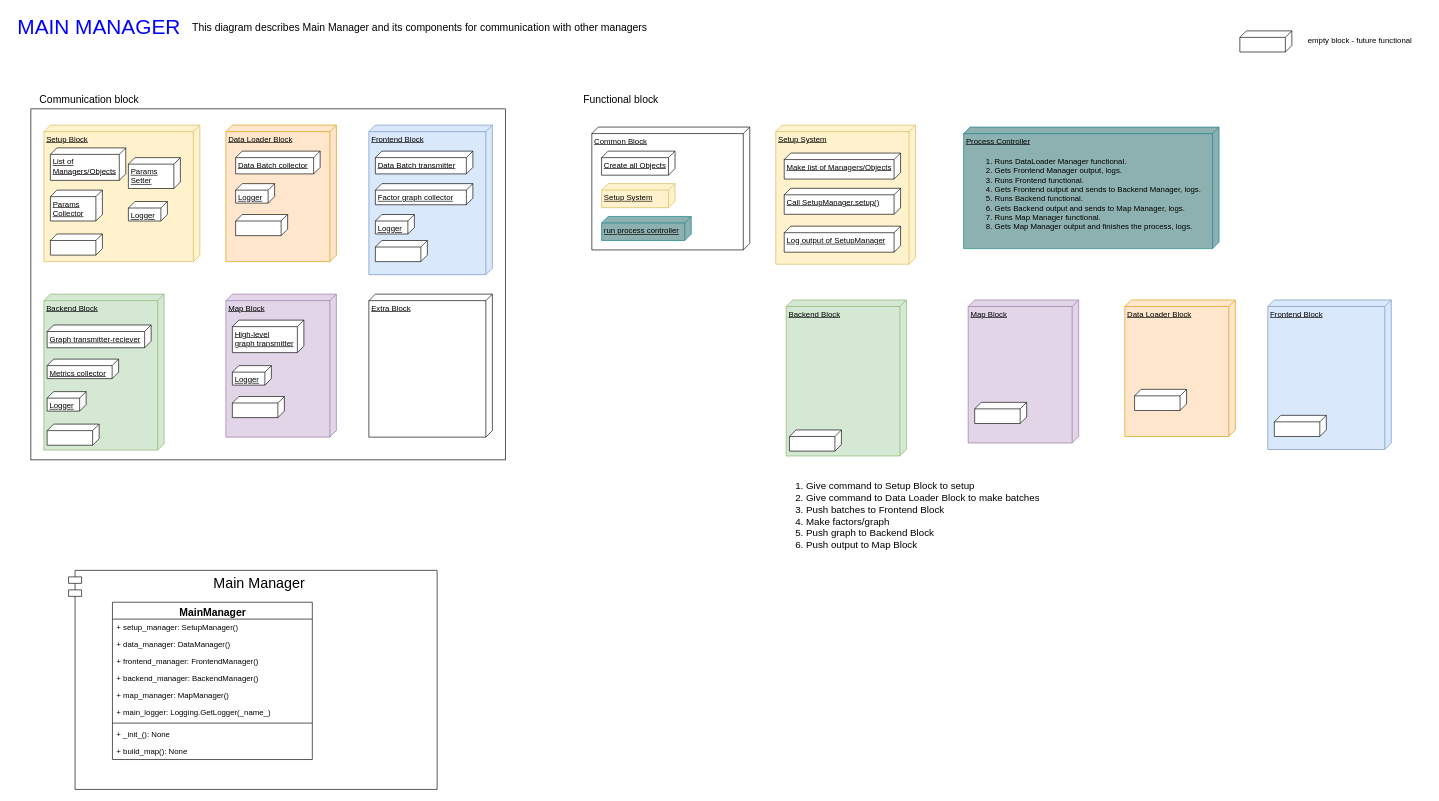
This is docs/diagrams/MainManager/MainManager.drawio from fatrybl/ModuSLAM, a draw.io file, before an edit. Source tidied: cells renumbered, new cells numbered last; positions are measured from the earlier drawing's top-left corner, leaving out a move shared by most shapes. Both pictures are drawn from the tidied source at 65%, with x=0, y=0 at pixel (11, 11).
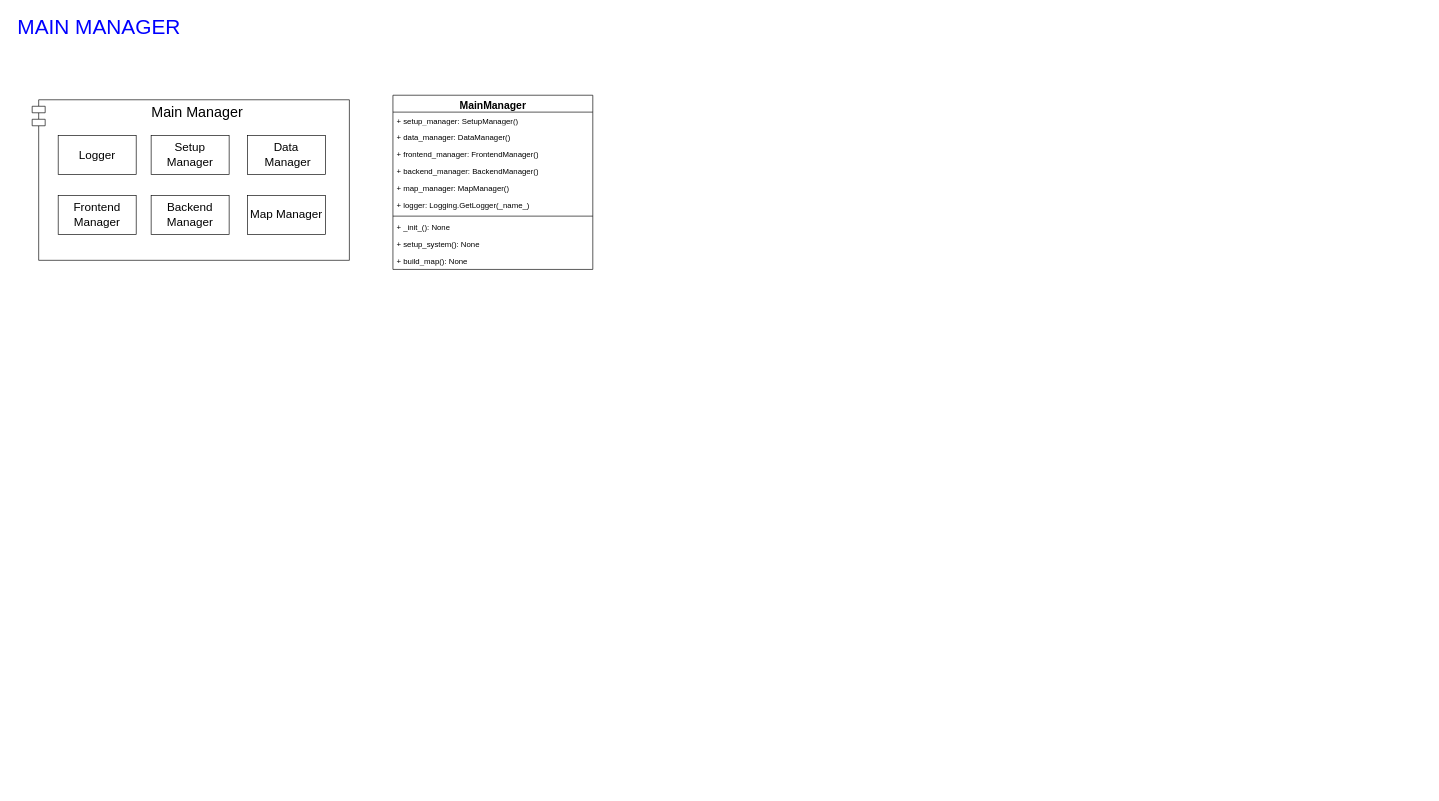
After the change.

The edit, as a diff of the source:
```diff
@@
-    <mxCell id="2" style="rounded=0;whiteSpace=wrap;html=1;" parent="1" vertex="1">
-      <mxGeometry x="30" y="150" width="730" height="540" as="geometry" />
-    </mxCell>
-    <mxCell id="3" value="Setup Block" style="verticalAlign=top;align=left;spacingTop=8;spacingLeft=2;spacingRight=12;shape=cube;size=10;direction=south;fontStyle=4;html=1;whiteSpace=wrap;fillColor=#fff2cc;strokeColor=#d6b656;" parent="1" vertex="1">
-      <mxGeometry x="50" y="175" width="240" height="210" as="geometry" />
-    </mxCell>
-    <mxCell id="4" value="Data Loader Block" style="verticalAlign=top;align=left;spacingTop=8;spacingLeft=2;spacingRight=12;shape=cube;size=10;direction=south;fontStyle=4;html=1;whiteSpace=wrap;fillColor=#ffe6cc;strokeColor=#d79b00;" parent="1" vertex="1">
-      <mxGeometry x="330" y="175" width="170" height="210" as="geometry" />
-    </mxCell>
-    <mxCell id="5" value="Backend Block" style="verticalAlign=top;align=left;spacingTop=8;spacingLeft=2;spacingRight=12;shape=cube;size=10;direction=south;fontStyle=4;html=1;whiteSpace=wrap;fillColor=#d5e8d4;strokeColor=#82b366;" parent="1" vertex="1">
-      <mxGeometry x="50" y="435" width="185" height="240" as="geometry" />
-    </mxCell>
-    <mxCell id="6" value="Map Block" style="verticalAlign=top;align=left;spacingTop=8;spacingLeft=2;spacingRight=12;shape=cube;size=10;direction=south;fontStyle=4;html=1;whiteSpace=wrap;fillColor=#e1d5e7;strokeColor=#9673a6;" parent="1" vertex="1">
-      <mxGeometry x="330" y="435" width="170" height="220" as="geometry" />
-    </mxCell>
-    <mxCell id="7" value="Frontend Block" style="verticalAlign=top;align=left;spacingTop=8;spacingLeft=2;spacingRight=12;shape=cube;size=10;direction=south;fontStyle=4;html=1;whiteSpace=wrap;fillColor=#dae8fc;strokeColor=#6c8ebf;" parent="1" vertex="1">
-      <mxGeometry x="550" y="175" width="190" height="230" as="geometry" />
-    </mxCell>
-    <mxCell id="8" value="Extra Block" style="verticalAlign=top;align=left;spacingTop=8;spacingLeft=2;spacingRight=12;shape=cube;size=10;direction=south;fontStyle=4;html=1;whiteSpace=wrap;" parent="1" vertex="1">
-      <mxGeometry x="550" y="435" width="190" height="220" as="geometry" />
-    </mxCell>
-    <mxCell id="9" value="List of Managers/Objects" style="verticalAlign=top;align=left;spacingTop=8;spacingLeft=2;spacingRight=12;shape=cube;size=10;direction=south;fontStyle=4;html=1;whiteSpace=wrap;" parent="1" vertex="1">
-      <mxGeometry x="60" y="210" width="116" height="50" as="geometry" />
-    </mxCell>
-    <mxCell id="10" value="Params Collector" style="verticalAlign=top;align=left;spacingTop=8;spacingLeft=2;spacingRight=12;shape=cube;size=10;direction=south;fontStyle=4;html=1;whiteSpace=wrap;" parent="1" vertex="1">
-      <mxGeometry x="60" y="275" width="80" height="47.5" as="geometry" />
-    </mxCell>
-    <mxCell id="11" value="Params&lt;br&gt;Setter" style="verticalAlign=top;align=left;spacingTop=8;spacingLeft=2;spacingRight=12;shape=cube;size=10;direction=south;fontStyle=4;html=1;whiteSpace=wrap;" parent="1" vertex="1">
-      <mxGeometry x="180" y="225" width="80" height="47.5" as="geometry" />
-    </mxCell>
-    <mxCell id="12" value="Logger" style="verticalAlign=top;align=left;spacingTop=8;spacingLeft=2;spacingRight=12;shape=cube;size=10;direction=south;fontStyle=4;html=1;whiteSpace=wrap;" parent="1" vertex="1">
-      <mxGeometry x="180" y="292.5" width="60" height="30" as="geometry" />
-    </mxCell>
-    <mxCell id="13" value="Data Batch collector" style="verticalAlign=top;align=left;spacingTop=8;spacingLeft=2;spacingRight=12;shape=cube;size=10;direction=south;fontStyle=4;html=1;whiteSpace=wrap;" parent="1" vertex="1">
-      <mxGeometry x="345" y="215" width="130" height="35" as="geometry" />
-    </mxCell>
-    <mxCell id="14" value="Logger" style="verticalAlign=top;align=left;spacingTop=8;spacingLeft=2;spacingRight=12;shape=cube;size=10;direction=south;fontStyle=4;html=1;whiteSpace=wrap;" parent="1" vertex="1">
-      <mxGeometry x="345" y="265" width="60" height="30" as="geometry" />
-    </mxCell>
-    <mxCell id="15" value="Data Batch transmitter" style="verticalAlign=top;align=left;spacingTop=8;spacingLeft=2;spacingRight=12;shape=cube;size=10;direction=south;fontStyle=4;html=1;whiteSpace=wrap;" parent="1" vertex="1">
-      <mxGeometry x="560" y="215" width="150" height="35" as="geometry" />
-    </mxCell>
-    <mxCell id="16" value="Factor graph collector" style="verticalAlign=top;align=left;spacingTop=8;spacingLeft=2;spacingRight=12;shape=cube;size=10;direction=south;fontStyle=4;html=1;whiteSpace=wrap;" parent="1" vertex="1">
-      <mxGeometry x="560" y="265" width="150" height="32.5" as="geometry" />
-    </mxCell>
-    <mxCell id="17" value="Logger" style="verticalAlign=top;align=left;spacingTop=8;spacingLeft=2;spacingRight=12;shape=cube;size=10;direction=south;fontStyle=4;html=1;whiteSpace=wrap;" parent="1" vertex="1">
-      <mxGeometry x="560" y="312.5" width="60" height="30" as="geometry" />
-    </mxCell>
-    <mxCell id="18" value="Graph transmitter-reciever" style="verticalAlign=top;align=left;spacingTop=8;spacingLeft=2;spacingRight=12;shape=cube;size=10;direction=south;fontStyle=4;html=1;whiteSpace=wrap;" parent="1" vertex="1">
-      <mxGeometry x="55" y="482.5" width="160" height="35" as="geometry" />
-    </mxCell>
-    <mxCell id="19" value="Metrics collector" style="verticalAlign=top;align=left;spacingTop=8;spacingLeft=2;spacingRight=12;shape=cube;size=10;direction=south;fontStyle=4;html=1;whiteSpace=wrap;" parent="1" vertex="1">
-      <mxGeometry x="55" y="535" width="110" height="30" as="geometry" />
-    </mxCell>
-    <mxCell id="20" value="Logger" style="verticalAlign=top;align=left;spacingTop=8;spacingLeft=2;spacingRight=12;shape=cube;size=10;direction=south;fontStyle=4;html=1;whiteSpace=wrap;" parent="1" vertex="1">
-      <mxGeometry x="55" y="585" width="60" height="30" as="geometry" />
-    </mxCell>
-    <mxCell id="21" value="High-level &lt;br&gt;graph transmitter" style="verticalAlign=top;align=left;spacingTop=8;spacingLeft=2;spacingRight=12;shape=cube;size=10;direction=south;fontStyle=4;html=1;whiteSpace=wrap;" parent="1" vertex="1">
-      <mxGeometry x="340" y="475" width="110" height="50" as="geometry" />
-    </mxCell>
-    <mxCell id="22" value="Logger" style="verticalAlign=top;align=left;spacingTop=8;spacingLeft=2;spacingRight=12;shape=cube;size=10;direction=south;fontStyle=4;html=1;whiteSpace=wrap;" parent="1" vertex="1">
-      <mxGeometry x="340" y="545" width="60" height="30" as="geometry" />
-    </mxCell>
@@
-    <mxCell id="24" style="verticalAlign=top;align=left;spacingTop=8;spacingLeft=2;spacingRight=12;shape=cube;size=10;direction=south;fontStyle=4;html=1;whiteSpace=wrap;" parent="1" vertex="1">
-      <mxGeometry x="345" y="312.5" width="80" height="32.5" as="geometry" />
-    </mxCell>
-    <mxCell id="25" style="verticalAlign=top;align=left;spacingTop=8;spacingLeft=2;spacingRight=12;shape=cube;size=10;direction=south;fontStyle=4;html=1;whiteSpace=wrap;" parent="1" vertex="1">
-      <mxGeometry x="560" y="352.5" width="80" height="32.5" as="geometry" />
-    </mxCell>
-    <mxCell id="26" style="verticalAlign=top;align=left;spacingTop=8;spacingLeft=2;spacingRight=12;shape=cube;size=10;direction=south;fontStyle=4;html=1;whiteSpace=wrap;" parent="1" vertex="1">
-      <mxGeometry x="60" y="342.5" width="80" height="32.5" as="geometry" />
-    </mxCell>
-    <mxCell id="27" style="verticalAlign=top;align=left;spacingTop=8;spacingLeft=2;spacingRight=12;shape=cube;size=10;direction=south;fontStyle=4;html=1;whiteSpace=wrap;" parent="1" vertex="1">
-      <mxGeometry x="55" y="635" width="80" height="32.5" as="geometry" />
-    </mxCell>
-    <mxCell id="28" style="verticalAlign=top;align=left;spacingTop=8;spacingLeft=2;spacingRight=12;shape=cube;size=10;direction=south;fontStyle=4;html=1;whiteSpace=wrap;" parent="1" vertex="1">
-      <mxGeometry x="340" y="592.5" width="80" height="32.5" as="geometry" />
-    </mxCell>
-    <mxCell id="29" value="&lt;font style=&quot;font-size: 16px;&quot;&gt;This diagram describes Main Manager and its components for communication with other managers&lt;/font&gt;" style="text;html=1;strokeColor=none;fillColor=none;align=center;verticalAlign=middle;whiteSpace=wrap;rounded=0;" parent="1" vertex="1">
-      <mxGeometry x="270" y="5" width="717" height="40" as="geometry" />
-    </mxCell>
-    <mxCell id="30" style="verticalAlign=top;align=left;spacingTop=8;spacingLeft=2;spacingRight=12;shape=cube;size=10;direction=south;fontStyle=4;html=1;whiteSpace=wrap;" parent="1" vertex="1">
-      <mxGeometry x="1890" y="30" width="80" height="32.5" as="geometry" />
-    </mxCell>
-    <mxCell id="31" value="empty block - future functional" style="text;html=1;strokeColor=none;fillColor=none;align=center;verticalAlign=middle;whiteSpace=wrap;rounded=0;" parent="1" vertex="1">
-      <mxGeometry x="1970" y="30" width="210" height="30" as="geometry" />
-    </mxCell>
-    <mxCell id="32" value="&lt;font style=&quot;font-size: 16px;&quot;&gt;Communication block&lt;/font&gt;" style="text;html=1;strokeColor=none;fillColor=none;align=center;verticalAlign=middle;whiteSpace=wrap;rounded=0;" parent="1" vertex="1">
-      <mxGeometry x="30" y="120" width="180" height="30" as="geometry" />
-    </mxCell>
-    <mxCell id="33" value="Setup System" style="verticalAlign=top;align=left;spacingTop=8;spacingLeft=2;spacingRight=12;shape=cube;size=10;direction=south;fontStyle=4;html=1;whiteSpace=wrap;fillColor=#fff2cc;strokeColor=#d6b656;" parent="1" vertex="1">
-      <mxGeometry x="1176" y="175" width="215" height="214" as="geometry" />
-    </mxCell>
-    <mxCell id="34" value="Data Loader Block" style="verticalAlign=top;align=left;spacingTop=8;spacingLeft=2;spacingRight=12;shape=cube;size=10;direction=south;fontStyle=4;html=1;whiteSpace=wrap;fillColor=#ffe6cc;strokeColor=#d79b00;" parent="1" vertex="1">
-      <mxGeometry x="1713" y="444" width="170" height="210" as="geometry" />
-    </mxCell>
-    <mxCell id="35" value="Backend Block" style="verticalAlign=top;align=left;spacingTop=8;spacingLeft=2;spacingRight=12;shape=cube;size=10;direction=south;fontStyle=4;html=1;whiteSpace=wrap;fillColor=#d5e8d4;strokeColor=#82b366;" parent="1" vertex="1">
-      <mxGeometry x="1192" y="444" width="185" height="240" as="geometry" />
-    </mxCell>
-    <mxCell id="36" value="Map Block" style="verticalAlign=top;align=left;spacingTop=8;spacingLeft=2;spacingRight=12;shape=cube;size=10;direction=south;fontStyle=4;html=1;whiteSpace=wrap;fillColor=#e1d5e7;strokeColor=#9673a6;" parent="1" vertex="1">
-      <mxGeometry x="1472" y="444" width="170" height="220" as="geometry" />
-    </mxCell>
-    <mxCell id="37" value="Frontend Block" style="verticalAlign=top;align=left;spacingTop=8;spacingLeft=2;spacingRight=12;shape=cube;size=10;direction=south;fontStyle=4;html=1;whiteSpace=wrap;fillColor=#dae8fc;strokeColor=#6c8ebf;" parent="1" vertex="1">
-      <mxGeometry x="1933" y="444" width="190" height="230" as="geometry" />
-    </mxCell>
-    <mxCell id="38" value="Common Block" style="verticalAlign=top;align=left;spacingTop=8;spacingLeft=2;spacingRight=12;shape=cube;size=10;direction=south;fontStyle=4;html=1;whiteSpace=wrap;" parent="1" vertex="1">
-      <mxGeometry x="893" y="178" width="243" height="189" as="geometry" />
-    </mxCell>
-    <mxCell id="39" style="verticalAlign=top;align=left;spacingTop=8;spacingLeft=2;spacingRight=12;shape=cube;size=10;direction=south;fontStyle=4;html=1;whiteSpace=wrap;" parent="1" vertex="1">
-      <mxGeometry x="1728" y="581.5" width="80" height="32.5" as="geometry" />
-    </mxCell>
-    <mxCell id="40" style="verticalAlign=top;align=left;spacingTop=8;spacingLeft=2;spacingRight=12;shape=cube;size=10;direction=south;fontStyle=4;html=1;whiteSpace=wrap;" parent="1" vertex="1">
-      <mxGeometry x="1943" y="621.5" width="80" height="32.5" as="geometry" />
-    </mxCell>
-    <mxCell id="41" value="Make list of Managers/Objects" style="verticalAlign=top;align=left;spacingTop=8;spacingLeft=2;spacingRight=12;shape=cube;size=10;direction=south;fontStyle=4;html=1;whiteSpace=wrap;" parent="1" vertex="1">
-      <mxGeometry x="1189" y="218" width="179" height="40" as="geometry" />
-    </mxCell>
-    <mxCell id="42" style="verticalAlign=top;align=left;spacingTop=8;spacingLeft=2;spacingRight=12;shape=cube;size=10;direction=south;fontStyle=4;html=1;whiteSpace=wrap;" parent="1" vertex="1">
-      <mxGeometry x="1197" y="644" width="80" height="32.5" as="geometry" />
-    </mxCell>
-    <mxCell id="43" style="verticalAlign=top;align=left;spacingTop=8;spacingLeft=2;spacingRight=12;shape=cube;size=10;direction=south;fontStyle=4;html=1;whiteSpace=wrap;" parent="1" vertex="1">
-      <mxGeometry x="1482" y="601.5" width="80" height="32.5" as="geometry" />
-    </mxCell>
-    <mxCell id="44" value="&lt;font style=&quot;font-size: 16px;&quot;&gt;Functional block&lt;/font&gt;" style="text;html=1;strokeColor=none;fillColor=none;align=center;verticalAlign=middle;whiteSpace=wrap;rounded=0;" parent="1" vertex="1">
-      <mxGeometry x="873" y="120" width="130" height="30" as="geometry" />
-    </mxCell>
-    <mxCell id="45" value="&lt;ol style=&quot;font-size: 15px;&quot;&gt;&lt;li&gt;Give command to Setup Block to setup&lt;/li&gt;&lt;li&gt;Give command to Data Loader Block to make batches&lt;/li&gt;&lt;li&gt;Push batches to Frontend Block&lt;/li&gt;&lt;li&gt;Make factors/graph&lt;/li&gt;&lt;li&gt;Push graph to Backend Block&lt;/li&gt;&lt;li&gt;Push output to Map Block&lt;/li&gt;&lt;/ol&gt;" style="text;strokeColor=none;fillColor=none;html=1;whiteSpace=wrap;verticalAlign=middle;overflow=hidden;rounded=0;" parent="1" vertex="1">
-      <mxGeometry x="1181" y="700" width="415" height="150" as="geometry" />
-    </mxCell>
-    <mxCell id="46" value="Call SetupManager.setup()" style="verticalAlign=top;align=left;spacingTop=8;spacingLeft=2;spacingRight=12;shape=cube;size=10;direction=south;fontStyle=4;html=1;whiteSpace=wrap;" parent="1" vertex="1">
-      <mxGeometry x="1189" y="272.2" width="179" height="40" as="geometry" />
-    </mxCell>
-    <mxCell id="47" value="Log output of SetupManager" style="verticalAlign=top;align=left;spacingTop=8;spacingLeft=2;spacingRight=12;shape=cube;size=10;direction=south;fontStyle=4;html=1;whiteSpace=wrap;" parent="1" vertex="1">
-      <mxGeometry x="1189" y="330.5" width="179" height="40" as="geometry" />
-    </mxCell>
-    <mxCell id="48" value="Create all Objects" style="verticalAlign=top;align=left;spacingTop=8;spacingLeft=2;spacingRight=12;shape=cube;size=10;direction=south;fontStyle=4;html=1;whiteSpace=wrap;" parent="1" vertex="1">
-      <mxGeometry x="908" y="215" width="113" height="37" as="geometry" />
-    </mxCell>
-    <mxCell id="49" value="Setup System" style="verticalAlign=top;align=left;spacingTop=8;spacingLeft=2;spacingRight=12;shape=cube;size=10;direction=south;fontStyle=4;html=1;whiteSpace=wrap;fillColor=#fff2cc;strokeColor=#d6b656;" parent="1" vertex="1">
-      <mxGeometry x="908" y="265" width="113" height="37" as="geometry" />
-    </mxCell>
-    <mxCell id="50" value="run process controller" style="verticalAlign=top;align=left;spacingTop=8;spacingLeft=2;spacingRight=12;shape=cube;size=10;direction=south;fontStyle=4;html=1;whiteSpace=wrap;fillColor=#8DB0B0;strokeColor=#0e8088;" parent="1" vertex="1">
-      <mxGeometry x="908" y="315.5" width="138" height="37" as="geometry" />
-    </mxCell>
-    <mxCell id="51" value="Process Controller" style="verticalAlign=top;align=left;spacingTop=8;spacingLeft=2;spacingRight=12;shape=cube;size=10;direction=south;fontStyle=4;html=1;whiteSpace=wrap;fillColor=#8DB0B0;strokeColor=#0e8088;" parent="1" vertex="1">
-      <mxGeometry x="1465" y="178" width="393" height="187" as="geometry" />
-    </mxCell>
-    <mxCell id="52" value="&lt;ol style=&quot;&quot;&gt;&lt;li&gt;Runs&amp;nbsp;DataLoader Manager functional.&lt;/li&gt;&lt;li&gt;Gets Frontend Manager output, logs.&lt;/li&gt;&lt;li&gt;Runs Frontend functional.&lt;/li&gt;&lt;li&gt;Gets Frontend output and sends to Backend Manager, logs.&lt;/li&gt;&lt;li&gt;Runs Backend functional.&lt;/li&gt;&lt;li&gt;Gets Backend output and sends to Map Manager, logs.&lt;/li&gt;&lt;li&gt;Runs Map Manager functional.&lt;/li&gt;&lt;li&gt;Gets Map Manager output and finishes the process, logs.&lt;/li&gt;&lt;/ol&gt;" style="text;strokeColor=none;fillColor=none;html=1;whiteSpace=wrap;verticalAlign=middle;overflow=hidden;rounded=0;" parent="1" vertex="1">
-      <mxGeometry x="1471" y="210" width="370" height="132.5" as="geometry" />
-    </mxCell>
     <mxCell id="53" value="&lt;font style=&quot;font-size: 22px;&quot;&gt;Main Manager&lt;/font&gt;" style="shape=module;align=left;spacingLeft=20;align=center;verticalAlign=top;whiteSpace=wrap;html=1;" parent="1" vertex="1">
-      <mxGeometry x="88" y="860" width="567" height="337" as="geometry" />
+      <mxGeometry x="32" y="136" width="488" height="247" as="geometry" />
     </mxCell>
     <mxCell id="54" value="&lt;font style=&quot;font-size: 16px;&quot;&gt;MainManager&lt;/font&gt;" style="swimlane;fontStyle=1;align=center;verticalAlign=top;horizontal=1;startSize=26;whiteSpace=wrap;html=1;" parent="1" vertex="1">
-      <mxGeometry x="155.5" y="909" width="307.5" height="242" as="geometry" />
+      <mxGeometry x="587" y="129" width="307.5" height="268" as="geometry" />
     </mxCell>
@@
-    <mxCell id="60" value="+ main_logger: Logging.GetLogger(_name_)" style="text;strokeColor=none;fillColor=none;align=left;verticalAlign=top;spacingLeft=4;spacingRight=4;overflow=hidden;whiteSpace=wrap;html=1;" parent="54" vertex="1">
+    <mxCell id="60" value="+ logger: Logging.GetLogger(_name_)" style="text;strokeColor=none;fillColor=none;align=left;verticalAlign=top;spacingLeft=4;spacingRight=4;overflow=hidden;whiteSpace=wrap;html=1;" parent="54" vertex="1">
       <mxGeometry y="156" width="307.5" height="26" as="geometry" />
     </mxCell>
@@
+    <mxCell id="64" value="+ setup_system(): None" style="text;strokeColor=none;fillColor=none;align=left;verticalAlign=top;spacingLeft=4;spacingRight=4;overflow=hidden;whiteSpace=wrap;html=1;" parent="54" vertex="1">
+      <mxGeometry y="216" width="307.5" height="26" as="geometry" />
+    </mxCell>
     <mxCell id="63" value="+ build_map(): None" style="text;strokeColor=none;fillColor=none;align=left;verticalAlign=top;spacingLeft=4;spacingRight=4;overflow=hidden;whiteSpace=wrap;html=1;" parent="54" vertex="1">
-      <mxGeometry y="216" width="307.5" height="26" as="geometry" />
+      <mxGeometry y="242" width="307.5" height="26" as="geometry" />
     </mxCell>
+    <mxCell id="65" value="&lt;font style=&quot;font-size: 18px;&quot;&gt;Logger&lt;/font&gt;" style="rounded=0;whiteSpace=wrap;html=1;" parent="1" vertex="1">
+      <mxGeometry x="72" y="191" width="120" height="60" as="geometry" />
+    </mxCell>
+    <mxCell id="66" value="&lt;font style=&quot;font-size: 18px;&quot;&gt;Setup Manager&lt;/font&gt;" style="rounded=0;whiteSpace=wrap;html=1;" parent="1" vertex="1">
+      <mxGeometry x="215" y="191" width="120" height="60" as="geometry" />
+    </mxCell>
+    <mxCell id="67" value="&lt;font style=&quot;font-size: 18px;&quot;&gt;Data&lt;br&gt;&amp;nbsp;Manager&lt;/font&gt;" style="rounded=0;whiteSpace=wrap;html=1;" parent="1" vertex="1">
+      <mxGeometry x="363" y="191" width="120" height="60" as="geometry" />
+    </mxCell>
+    <mxCell id="68" value="&lt;font style=&quot;font-size: 18px;&quot;&gt;Backend Manager&lt;/font&gt;" style="rounded=0;whiteSpace=wrap;html=1;" parent="1" vertex="1">
+      <mxGeometry x="215" y="283" width="120" height="60" as="geometry" />
+    </mxCell>
+    <mxCell id="69" value="&lt;font style=&quot;font-size: 18px;&quot;&gt;Map Manager&lt;/font&gt;" style="rounded=0;whiteSpace=wrap;html=1;" parent="1" vertex="1">
+      <mxGeometry x="363" y="283" width="120" height="60" as="geometry" />
+    </mxCell>
+    <mxCell id="70" value="&lt;font style=&quot;font-size: 18px;&quot;&gt;Frontend Manager&lt;/font&gt;" style="rounded=0;whiteSpace=wrap;html=1;" parent="1" vertex="1">
+      <mxGeometry x="72" y="283" width="120" height="60" as="geometry" />
+    </mxCell>
```
